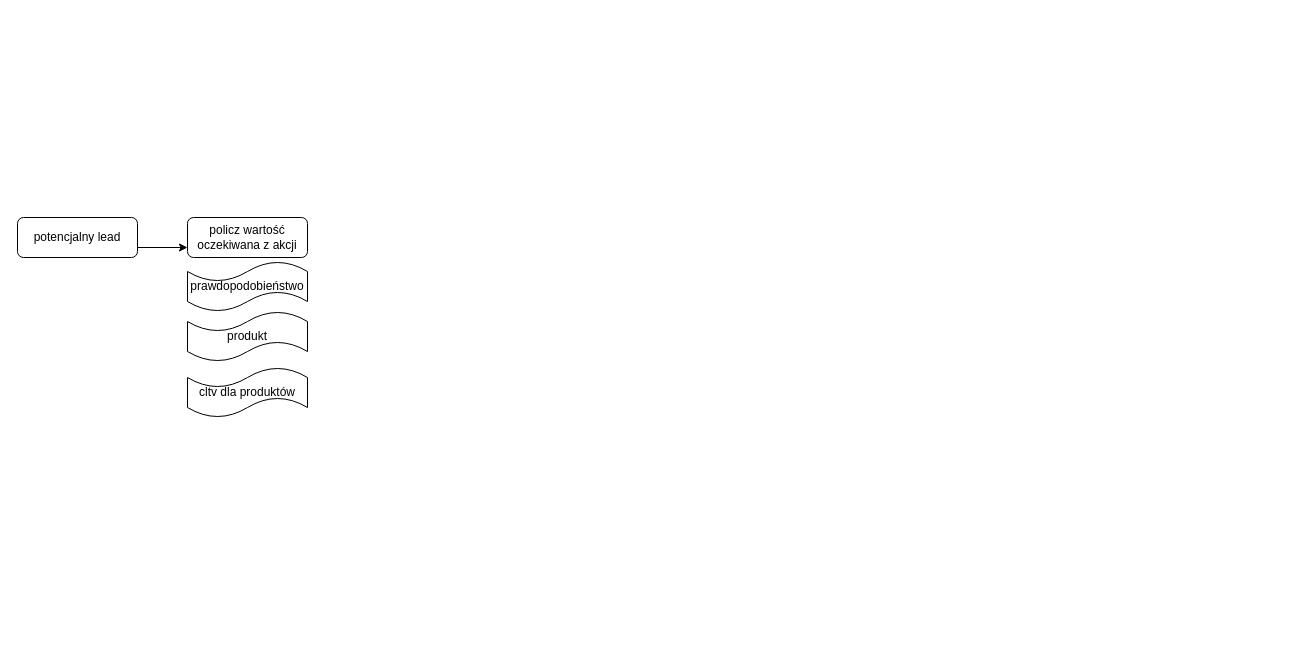
Before: campaign_planner.drawio in koxiol/blog, a draw.io diagram. Source tidied: cells renumbered, new cells numbered last; positions are measured from the earlier drawing's top-left corner, leaving out a move shared by most shapes. Both pictures are drawn from the tidied source at 100%, with x=0, y=0 at pixel (17, 217).
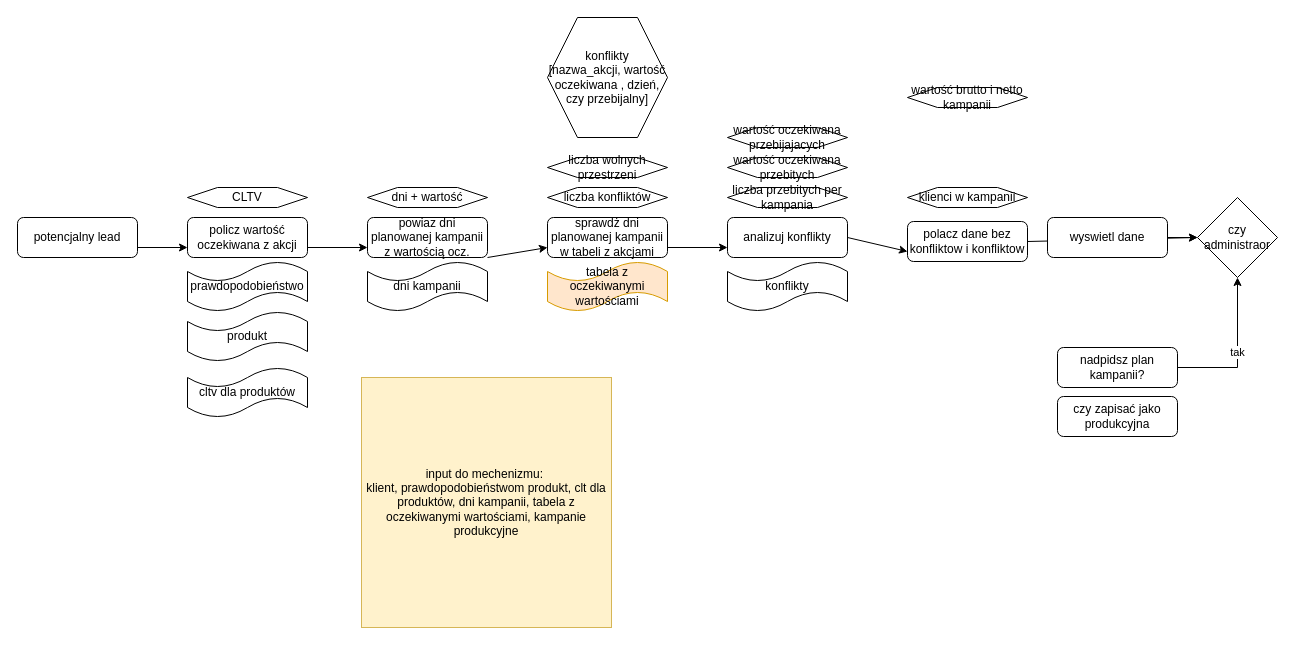
After the change.

Unchanged cells that the change refers to:
```xml
<mxCell id="3" value="policz wartość oczekiwana z akcji" style="rounded=1;whiteSpace=wrap;html=1;fontSize=12;glass=0;strokeWidth=1;shadow=0;" parent="1" vertex="1">
  <mxGeometry x="170" width="120" height="40" as="geometry" />
</mxCell>
```

Diff of the diagram source:
```diff
@@
+    <mxCell id="8" value="powiaz dni planowanej kampanii z wartością ocz." style="rounded=1;whiteSpace=wrap;html=1;fontSize=12;glass=0;strokeWidth=1;shadow=0;" parent="1" vertex="1">
+      <mxGeometry x="350" width="120" height="40" as="geometry" />
+    </mxCell>
+    <mxCell id="9" value="dni kampanii" style="shape=tape;whiteSpace=wrap;html=1;" parent="1" vertex="1">
+      <mxGeometry x="350" y="44" width="120" height="50" as="geometry" />
+    </mxCell>
+    <mxCell id="10" style="endArrow=classic;html=1;exitX=1;exitY=0.75;exitDx=0;exitDy=0;entryX=0;entryY=0.75;entryDx=0;entryDy=0;" parent="1" edge="1" source="3" target="8">
+      <mxGeometry relative="1" as="geometry" />
+    </mxCell>
+    <mxCell id="11" value="sprawdż dni planowanej kampanii w tabeli z akcjami" style="rounded=1;whiteSpace=wrap;html=1;fontSize=12;glass=0;strokeWidth=1;shadow=0;" parent="1" vertex="1">
+      <mxGeometry x="530" width="120" height="40" as="geometry" />
+    </mxCell>
+    <mxCell id="12" style="endArrow=classic;html=1;exitX=1;exitY=1;exitDx=0;exitDy=0;entryX=0;entryY=0.75;entryDx=0;entryDy=0;" parent="1" edge="1" source="8" target="11">
+      <mxGeometry relative="1" as="geometry" />
+    </mxCell>
+    <mxCell id="13" value="tabela z oczekiwanymi wartościami" style="shape=tape;whiteSpace=wrap;html=1;fillColor=#ffe6cc;strokeColor=#d79b00;" parent="1" vertex="1">
+      <mxGeometry x="530" y="44" width="120" height="50" as="geometry" />
+    </mxCell>
+    <mxCell id="14" value="CLTV" style="shape=hexagon;perimeter=hexagonPerimeter2;whiteSpace=wrap;html=1;" parent="1" vertex="1">
+      <mxGeometry x="170" y="-30" width="120" height="20" as="geometry" />
+    </mxCell>
+    <mxCell id="15" value="dni + wartość" style="shape=hexagon;perimeter=hexagonPerimeter2;whiteSpace=wrap;html=1;" parent="1" vertex="1">
+      <mxGeometry x="350" y="-30" width="120" height="20" as="geometry" />
+    </mxCell>
+    <mxCell id="16" value="liczba konfliktów" style="shape=hexagon;perimeter=hexagonPerimeter2;whiteSpace=wrap;html=1;" parent="1" vertex="1">
+      <mxGeometry x="530" y="-30" width="120" height="20" as="geometry" />
+    </mxCell>
+    <mxCell id="17" value="liczba wolnych przestrzeni" style="shape=hexagon;perimeter=hexagonPerimeter2;whiteSpace=wrap;html=1;" parent="1" vertex="1">
+      <mxGeometry x="530" y="-60" width="120" height="20" as="geometry" />
+    </mxCell>
+    <mxCell id="18" value="analizuj konflikty" style="rounded=1;whiteSpace=wrap;html=1;fontSize=12;glass=0;strokeWidth=1;shadow=0;" parent="1" vertex="1">
+      <mxGeometry x="710" width="120" height="40" as="geometry" />
+    </mxCell>
+    <mxCell id="19" style="endArrow=classic;html=1;entryX=0;entryY=0.75;entryDx=0;entryDy=0;" parent="1" edge="1" target="18">
+      <mxGeometry relative="1" as="geometry">
+        <mxPoint x="650" y="30" as="sourcePoint" />
+      </mxGeometry>
+    </mxCell>
+    <mxCell id="20" value="konflikty" style="shape=tape;whiteSpace=wrap;html=1;" parent="1" vertex="1">
+      <mxGeometry x="710" y="44" width="120" height="50" as="geometry" />
+    </mxCell>
+    <mxCell id="21" value="konflikty [nazwa_akcji, wartość oczekiwana , dzień, czy przebijalny]" style="shape=hexagon;perimeter=hexagonPerimeter2;whiteSpace=wrap;html=1;" parent="1" vertex="1">
+      <mxGeometry x="530" y="-200" width="120" height="120" as="geometry" />
+    </mxCell>
+    <mxCell id="22" value="liczba przebitych per kampania" style="shape=hexagon;perimeter=hexagonPerimeter2;whiteSpace=wrap;html=1;" parent="1" vertex="1">
+      <mxGeometry x="710" y="-30" width="120" height="20" as="geometry" />
+    </mxCell>
+    <mxCell id="23" value="wartość oczekiwana przebitych" style="shape=hexagon;perimeter=hexagonPerimeter2;whiteSpace=wrap;html=1;" parent="1" vertex="1">
+      <mxGeometry x="710" y="-60" width="120" height="20" as="geometry" />
+    </mxCell>
+    <mxCell id="24" value="wartość oczekiwana przebijajacych" style="shape=hexagon;perimeter=hexagonPerimeter2;whiteSpace=wrap;html=1;" parent="1" vertex="1">
+      <mxGeometry x="710" y="-90" width="120" height="20" as="geometry" />
+    </mxCell>
+    <mxCell id="25" value="wartość brutto i netto kampanii" style="shape=hexagon;perimeter=hexagonPerimeter2;whiteSpace=wrap;html=1;" parent="1" vertex="1">
+      <mxGeometry x="890" y="-130" width="120" height="20" as="geometry" />
+    </mxCell>
+    <mxCell id="26" value="polacz dane bez konfliktow i konfliktow" style="rounded=1;whiteSpace=wrap;html=1;fontSize=12;glass=0;strokeWidth=1;shadow=0;" parent="1" vertex="1">
+      <mxGeometry x="890" y="4" width="120" height="40" as="geometry" />
+    </mxCell>
+    <mxCell id="27" style="endArrow=classic;html=1;entryX=0;entryY=0.75;entryDx=0;entryDy=0;exitX=1;exitY=0.5;exitDx=0;exitDy=0;" parent="1" edge="1" source="18" target="26">
+      <mxGeometry relative="1" as="geometry" />
+    </mxCell>
+    <mxCell id="28" value="klienci w kampanii" style="shape=hexagon;perimeter=hexagonPerimeter2;whiteSpace=wrap;html=1;" parent="1" vertex="1">
+      <mxGeometry x="890" y="-30" width="120" height="20" as="geometry" />
+    </mxCell>
+    <mxCell id="29" value="czy administraor" style="rhombus;whiteSpace=wrap;html=1;" parent="1" vertex="1">
+      <mxGeometry x="1180" y="-20" width="80" height="80" as="geometry" />
+    </mxCell>
+    <mxCell id="30" style="endArrow=classic;html=1;entryX=0;entryY=0.5;entryDx=0;entryDy=0;exitX=1;exitY=0.5;exitDx=0;exitDy=0;" parent="1" edge="1" source="26" target="29">
+      <mxGeometry relative="1" as="geometry" />
+    </mxCell>
+    <mxCell id="31" value="tak" style="edgeStyle=orthogonalEdgeStyle;rounded=0;jettySize=auto;html=1;" parent="1" edge="1" source="32" target="29">
+      <mxGeometry relative="1" as="geometry" />
+    </mxCell>
+    <mxCell id="32" value="nadpidsz plan kampanii?" style="rounded=1;whiteSpace=wrap;html=1;fontSize=12;glass=0;strokeWidth=1;shadow=0;" parent="1" vertex="1">
+      <mxGeometry x="1040" y="130" width="120" height="40" as="geometry" />
+    </mxCell>
+    <mxCell id="33" style="edgeStyle=orthogonalEdgeStyle;rounded=0;jettySize=auto;html=1;" parent="1" edge="1" source="34" target="29">
+      <mxGeometry relative="1" as="geometry" />
+    </mxCell>
+    <mxCell id="34" value="wyswietl dane" style="rounded=1;whiteSpace=wrap;html=1;fontSize=12;glass=0;strokeWidth=1;shadow=0;" parent="1" vertex="1">
+      <mxGeometry x="1030" width="120" height="40" as="geometry" />
+    </mxCell>
+    <mxCell id="35" value="input do mechenizmu:&amp;nbsp;&lt;br&gt;klient, prawdopodobieństwom produkt, clt dla produktów, dni kampanii, tabela z oczekiwanymi wartościami, kampanie produkcyjne" style="whiteSpace=wrap;html=1;fillColor=#fff2cc;strokeColor=#d6b656;" parent="1" vertex="1">
+      <mxGeometry x="344" y="160" width="250" height="250" as="geometry" />
+    </mxCell>
+    <mxCell id="36" value="czy zapisać jako produkcyjna" style="rounded=1;whiteSpace=wrap;html=1;fontSize=12;glass=0;strokeWidth=1;shadow=0;" parent="1" vertex="1">
+      <mxGeometry x="1040" y="179" width="120" height="40" as="geometry" />
+    </mxCell>
```
